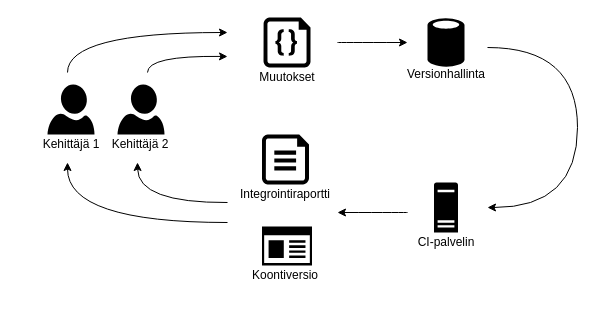
Earlier version of the draw.io diagram assets/jatkuva-integrointi.drawio (jukkapajarinen/TUNIMasterThesis). Source tidied: cells renumbered, new cells numbered last; positions are measured from the earlier drawing's top-left corner, leaving out a move shared by most shapes. Both pictures are drawn from the tidied source at 100%, with x=0, y=0 at pixel (37, 17).
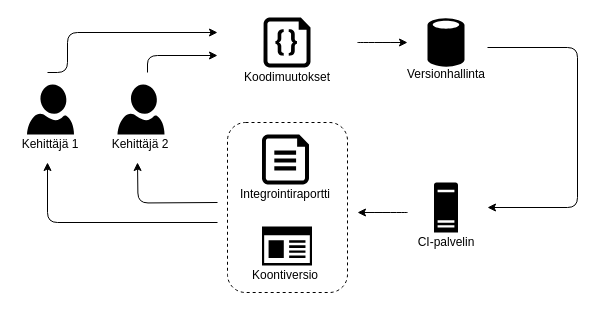
Above is the later version.

The edit, as a diff of the source:
```diff
@@
-    <mxCell id="2" style="edgeStyle=orthogonalEdgeStyle;curved=1;orthogonalLoop=1;jettySize=auto;html=1;" parent="1" edge="1">
+    <mxCell id="2" style="edgeStyle=orthogonalEdgeStyle;orthogonalLoop=1;jettySize=auto;html=1;rounded=1;" parent="1" edge="1">
       <mxGeometry relative="1" as="geometry">
         <mxPoint x="110" y="55" as="sourcePoint" />
-        <mxPoint x="190" y="39" as="targetPoint" />
+        <mxPoint x="180" y="38" as="targetPoint" />
         <Array as="points">
           <mxPoint x="110" y="38" />
         </Array>
       </mxGeometry>
     </mxCell>
-    <mxCell id="3" style="edgeStyle=orthogonalEdgeStyle;curved=1;orthogonalLoop=1;jettySize=auto;html=1;" parent="1" edge="1">
+    <mxCell id="3" style="edgeStyle=orthogonalEdgeStyle;orthogonalLoop=1;jettySize=auto;html=1;rounded=1;" parent="1" edge="1">
       <mxGeometry relative="1" as="geometry">
-        <mxPoint x="30" y="55" as="sourcePoint" />
-        <mxPoint x="190" y="15" as="targetPoint" />
+        <mxPoint x="10" y="55" as="sourcePoint" />
+        <mxPoint x="180" y="15" as="targetPoint" />
         <Array as="points">
           <mxPoint x="30" y="15" />
         </Array>
       </mxGeometry>
     </mxCell>
-    <mxCell id="4" style="edgeStyle=orthogonalEdgeStyle;curved=1;orthogonalLoop=1;jettySize=auto;html=1;" parent="1" edge="1">
+    <mxCell id="4" style="edgeStyle=orthogonalEdgeStyle;orthogonalLoop=1;jettySize=auto;html=1;rounded=1;" parent="1" edge="1">
       <mxGeometry relative="1" as="geometry">
         <mxPoint x="450" y="30" as="sourcePoint" />
         <mxPoint x="450" y="190" as="targetPoint" />
         <Array as="points">
           <mxPoint x="540" y="30" />
           <mxPoint x="540" y="190" />
         </Array>
       </mxGeometry>
     </mxCell>
     <mxCell id="5" style="edgeStyle=orthogonalEdgeStyle;curved=1;orthogonalLoop=1;jettySize=auto;html=1;" parent="1" edge="1">
       <mxGeometry relative="1" as="geometry">
-        <mxPoint x="300" y="25" as="sourcePoint" />
+        <mxPoint x="320" y="25" as="sourcePoint" />
         <mxPoint x="370" y="25" as="targetPoint" />
       </mxGeometry>
     </mxCell>
-    <mxCell id="6" style="edgeStyle=orthogonalEdgeStyle;curved=1;orthogonalLoop=1;jettySize=auto;html=1;" parent="1" edge="1">
+    <mxCell id="6" style="edgeStyle=orthogonalEdgeStyle;orthogonalLoop=1;jettySize=auto;html=1;rounded=1;" parent="1" edge="1">
       <mxGeometry relative="1" as="geometry">
-        <mxPoint x="190" y="205" as="sourcePoint" />
-        <mxPoint x="30" y="145" as="targetPoint" />
+        <mxPoint x="180" y="205" as="sourcePoint" />
+        <mxPoint x="10" y="145" as="targetPoint" />
         <Array as="points">
-          <mxPoint x="30" y="205" />
+          <mxPoint x="10" y="205" />
         </Array>
       </mxGeometry>
     </mxCell>
-    <mxCell id="7" style="edgeStyle=orthogonalEdgeStyle;curved=1;orthogonalLoop=1;jettySize=auto;html=1;" parent="1" edge="1">
+    <mxCell id="7" style="edgeStyle=orthogonalEdgeStyle;orthogonalLoop=1;jettySize=auto;html=1;rounded=1;" parent="1" edge="1">
       <mxGeometry relative="1" as="geometry">
-        <mxPoint x="190" y="185" as="sourcePoint" />
+        <mxPoint x="180" y="185" as="sourcePoint" />
         <mxPoint x="100" y="145" as="targetPoint" />
       </mxGeometry>
     </mxCell>
     <mxCell id="8" style="shadow=0;dashed=0;html=1;strokeColor=none;labelPosition=center;verticalLabelPosition=bottom;verticalAlign=top;align=center;fillColor=#000000;shape=mxgraph.azure.user;" parent="1" vertex="1">
-      <mxGeometry x="10" y="67" width="47" height="50" as="geometry" />
+      <mxGeometry x="-10.5" y="67" width="47" height="50" as="geometry" />
     </mxCell>
@@
     <mxCell id="14" style="edgeStyle=orthogonalEdgeStyle;curved=1;orthogonalLoop=1;jettySize=auto;html=1;" parent="1" edge="1">
       <mxGeometry relative="1" as="geometry">
         <mxPoint x="370" y="195" as="sourcePoint" />
-        <mxPoint x="300" y="195" as="targetPoint" />
+        <mxPoint x="320" y="195" as="targetPoint" />
       </mxGeometry>
     </mxCell>
@@
     <mxCell id="17" value="&lt;div&gt;Kehittäjä 1&lt;br&gt;&lt;/div&gt;" style="text;html=1;strokeColor=none;fillColor=none;align=center;verticalAlign=middle;whiteSpace=wrap;rounded=0;" parent="1" vertex="1">
-      <mxGeometry x="0.5" y="117" width="66" height="20" as="geometry" />
+      <mxGeometry x="-20" y="117" width="66" height="20" as="geometry" />
     </mxCell>
-    <mxCell id="18" value="Muutokset" style="text;html=1;strokeColor=none;fillColor=none;align=center;verticalAlign=middle;whiteSpace=wrap;rounded=0;" parent="1" vertex="1">
+    <mxCell id="18" value="&lt;div&gt;Koodimuutokset&lt;/div&gt;" style="text;html=1;strokeColor=none;fillColor=none;align=center;verticalAlign=middle;whiteSpace=wrap;rounded=0;" parent="1" vertex="1">
       <mxGeometry x="229.5" y="50" width="40" height="20" as="geometry" />
     </mxCell>
@@
+    <mxCell id="23" style="rounded=1;whiteSpace=wrap;html=1;fillColor=none;dashed=1;" parent="1" vertex="1">
+      <mxGeometry x="190" y="105" width="120" height="170" as="geometry" />
+    </mxCell>
```
